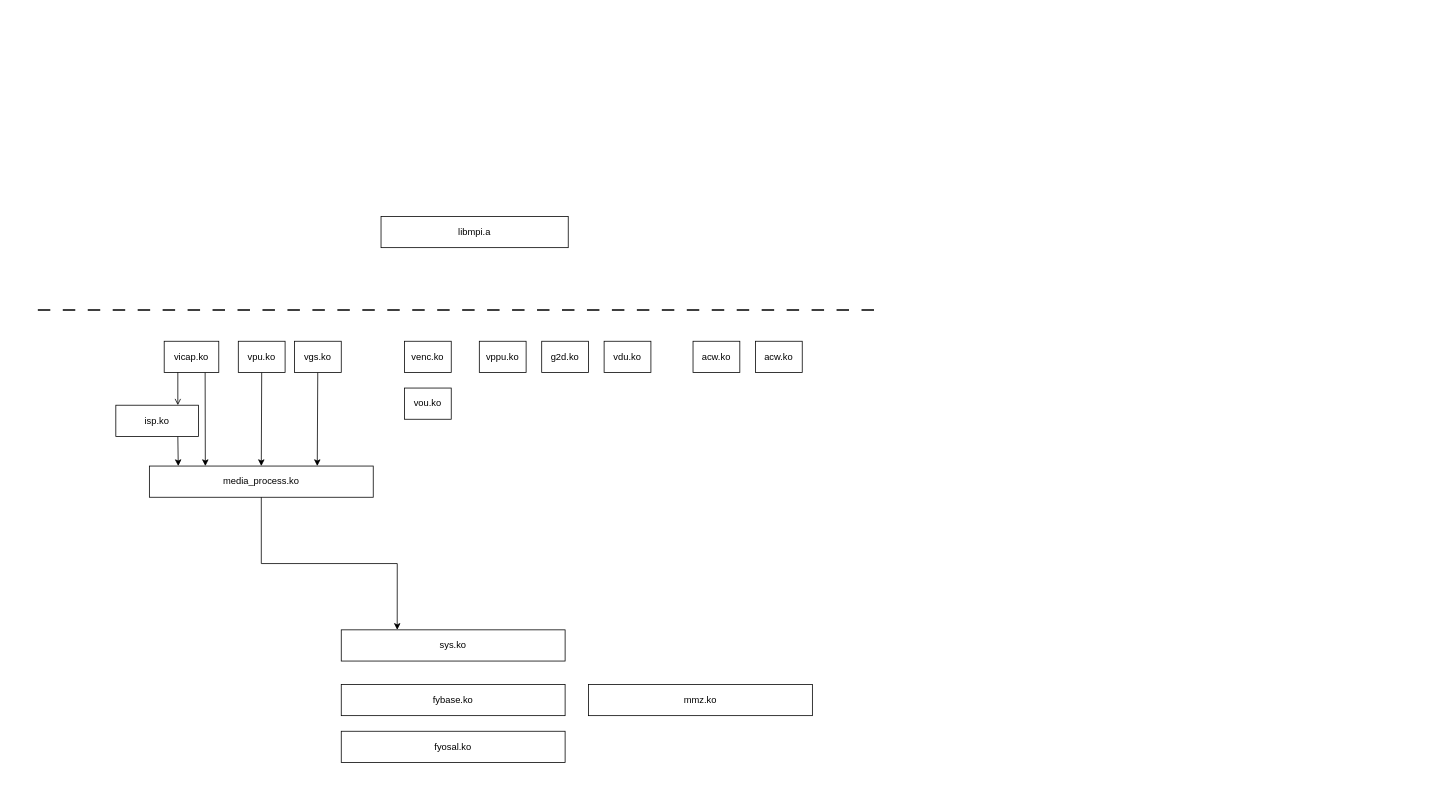
Above: xc01 依赖关系.drawio in joliet0l/Diagram (draw.io), before the change. Source tidied: cells renumbered, new cells numbered last; positions are measured from the earlier drawing's top-left corner, leaving out a move shared by most shapes. Both pictures are drawn from the tidied source at 78%, with x=0, y=0 at pixel (37, 216).
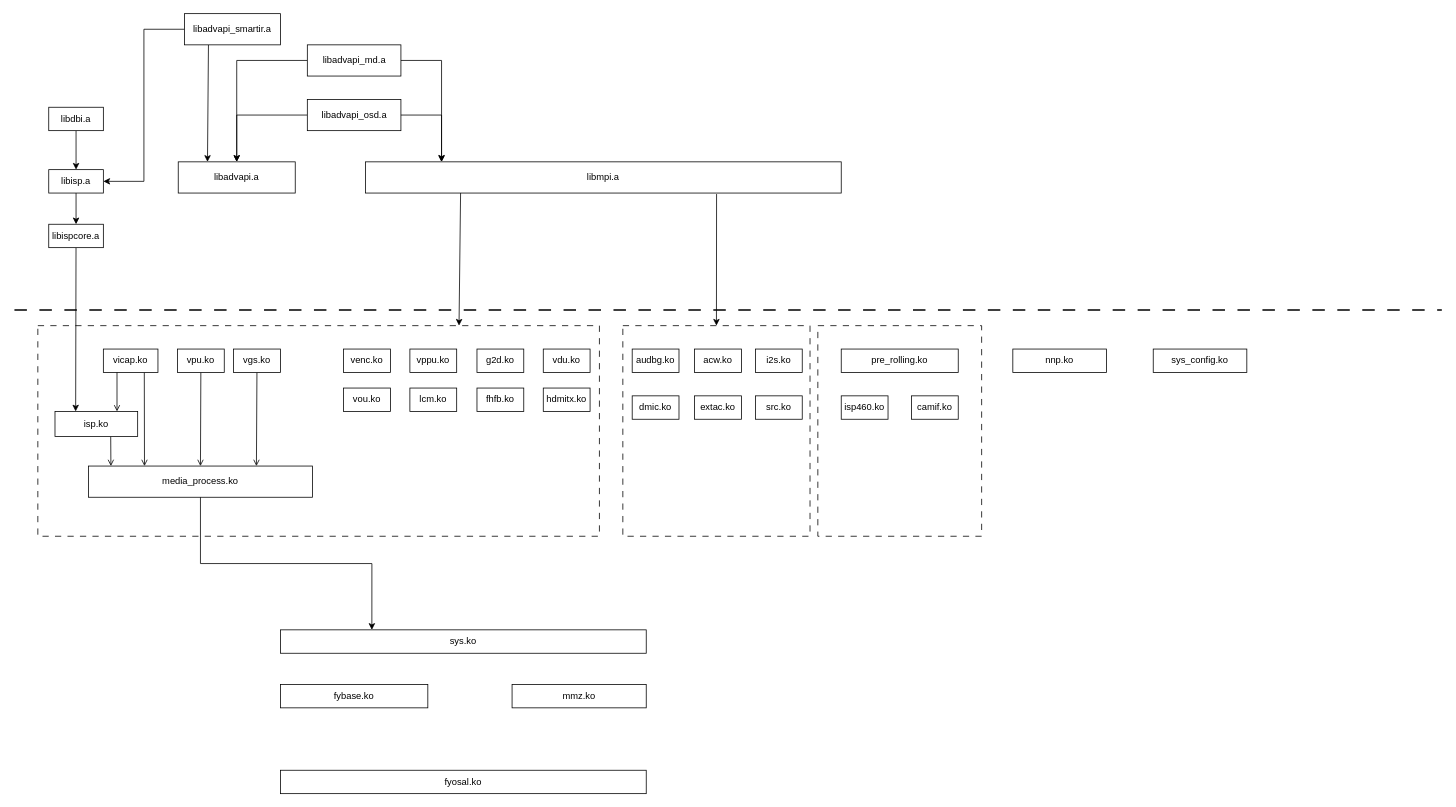
The same diagram, later.

Commit message:
更新xc01 依赖关系.drawio

Diff of the diagram source:
```diff
@@
+    <mxCell id="26" style="rounded=0;whiteSpace=wrap;html=1;dashed=1;dashPattern=8 8;" parent="1" vertex="1">
+      <mxGeometry x="1000" y="140" width="210" height="270" as="geometry" />
+    </mxCell>
+    <mxCell id="27" style="rounded=0;whiteSpace=wrap;html=1;dashed=1;dashPattern=8 8;" parent="1" vertex="1">
+      <mxGeometry x="750" y="140" width="240" height="270" as="geometry" />
+    </mxCell>
+    <mxCell id="28" style="rounded=0;whiteSpace=wrap;html=1;dashed=1;dashPattern=8 8;" parent="1" vertex="1">
+      <mxGeometry y="140" width="720" height="270" as="geometry" />
+    </mxCell>
+    <mxCell id="29" style="edgeStyle=none;rounded=0;jettySize=auto;html=1;entryX=0.5;entryY=0;entryDx=0;entryDy=0;exitX=0.738;exitY=1.032;exitDx=0;exitDy=0;exitPerimeter=0;" parent="1" edge="1" source="2" target="27">
+      <mxGeometry relative="1" as="geometry" />
+    </mxCell>
-    <mxCell id="2" value="libmpi.a" style="rounded=0;whiteSpace=wrap;html=1;" parent="1" vertex="1">
-      <mxGeometry x="440" width="240" height="40" as="geometry" />
+    <mxCell id="2" value="libmpi.a" style="rounded=0;whiteSpace=wrap;html=1;points=[[0,0,0,0,0],[0,0.25,0,0,0],[0,0.5,0,0,0],[0,0.75,0,0,0],[0,1,0,0,0],[0.16,0,0,0,0],[0.2,1,0,0,0],[0.25,0,0,0,0],[0.25,1,0,0,0],[0.36,0,0,0,0],[0.4,1,0,0,0],[0.5,0,0,0,0],[0.5,1,0,0,0],[0.56,0,0,0,0],[0.6,1,0,0,0],[0.75,0,0,0,0],[0.75,1,0,0,0],[0.76,0,0,0,0],[0.8,1,0,0,0],[1,0,0,0,0],[1,0.25,0,0,0],[1,0.5,0,0,0],[1,0.75,0,0,0],[1,1,0,0,0]];" parent="1" vertex="1">
+      <mxGeometry x="420" y="-70" width="610" height="40" as="geometry" />
     </mxCell>
     <mxCell id="3" style="endArrow=none;dashed=1;html=1;dashPattern=8 8;strokeWidth=2;rounded=0;" parent="1" edge="1">
       <mxGeometry relative="1" as="geometry">
-        <mxPoint y="120" as="sourcePoint" />
-        <mxPoint x="1080" y="120" as="targetPoint" />
+        <mxPoint x="-30" y="120" as="sourcePoint" />
+        <mxPoint x="1800" y="120" as="targetPoint" />
       </mxGeometry>
     </mxCell>
-    <mxCell id="4" style="edgeStyle=none;rounded=0;jettySize=auto;html=1;entryX=0.129;entryY=0;entryDx=0;entryDy=0;entryPerimeter=0;exitX=0.75;exitY=1;exitDx=0;exitDy=0;" parent="1" edge="1" source="5" target="12">
+    <mxCell id="4" style="edgeStyle=none;rounded=0;jettySize=auto;html=1;entryX=0.1;entryY=0;entryDx=0;entryDy=0;entryPerimeter=0;exitX=0.674;exitY=1.01;exitDx=0;exitDy=0;exitPerimeter=0;endArrow=open;endFill=0;" parent="1" edge="1" source="5" target="12">
       <mxGeometry relative="1" as="geometry" />
     </mxCell>
     <mxCell id="5" value="isp.ko" style="rounded=0;whiteSpace=wrap;html=1;" parent="1" vertex="1">
-      <mxGeometry x="100" y="242" width="106" height="40" as="geometry" />
+      <mxGeometry x="22" y="250" width="106" height="32" as="geometry" />
     </mxCell>
-    <mxCell id="6" style="edgeStyle=none;rounded=0;jettySize=auto;html=1;entryX=0.25;entryY=0;entryDx=0;entryDy=0;exitX=0.75;exitY=1;exitDx=0;exitDy=0;" parent="1" edge="1" source="7" target="12">
+    <mxCell id="6" style="edgeStyle=none;rounded=0;jettySize=auto;html=1;entryX=0.25;entryY=0;entryDx=0;entryDy=0;exitX=0.75;exitY=1;exitDx=0;exitDy=0;endArrow=open;endFill=0;" parent="1" edge="1" source="7" target="12">
       <mxGeometry relative="1" as="geometry" />
     </mxCell>
     <mxCell id="7" value="vicap.ko" style="rounded=0;whiteSpace=wrap;html=1;" parent="1" vertex="1">
-      <mxGeometry x="162" y="160" width="70" height="40" as="geometry" />
+      <mxGeometry x="84" y="170" width="70" height="30" as="geometry" />
     </mxCell>
-    <mxCell id="8" style="edgeStyle=none;rounded=0;jettySize=auto;html=1;entryX=0.5;entryY=0;entryDx=0;entryDy=0;exitX=0.5;exitY=1;exitDx=0;exitDy=0;" parent="1" edge="1" source="9" target="12">
+    <mxCell id="8" style="edgeStyle=none;rounded=0;jettySize=auto;html=1;entryX=0.5;entryY=0;entryDx=0;entryDy=0;exitX=0.5;exitY=1;exitDx=0;exitDy=0;endArrow=open;endFill=0;" parent="1" edge="1" source="9" target="12">
       <mxGeometry relative="1" as="geometry" />
     </mxCell>
     <mxCell id="9" value="vpu.ko" style="rounded=0;whiteSpace=wrap;html=1;" parent="1" vertex="1">
-      <mxGeometry x="257" y="160" width="60" height="40" as="geometry" />
+      <mxGeometry x="179" y="170" width="60" height="30" as="geometry" />
     </mxCell>
-    <mxCell id="10" style="edgeStyle=none;rounded=0;jettySize=auto;html=1;entryX=0.75;entryY=0;entryDx=0;entryDy=0;" parent="1" edge="1" source="11" target="12">
+    <mxCell id="10" style="edgeStyle=none;rounded=0;jettySize=auto;html=1;entryX=0.75;entryY=0;entryDx=0;entryDy=0;endArrow=open;endFill=0;" parent="1" edge="1" source="11" target="12">
       <mxGeometry relative="1" as="geometry" />
     </mxCell>
     <mxCell id="11" value="vgs.ko" style="rounded=0;whiteSpace=wrap;html=1;" parent="1" vertex="1">
-      <mxGeometry x="329" y="160" width="60" height="40" as="geometry" />
+      <mxGeometry x="251" y="170" width="60" height="30" as="geometry" />
     </mxCell>
-    <mxCell id="12" value="media_process.ko" style="rounded=0;whiteSpace=wrap;html=1;points=[[0,0,0,0,0],[0,0.25,0,0,0],[0,0.5,0,0,0],[0,0.75,0,0,0],[0,1,0,0,0],[0.25,0,0,0,0],[0.25,1,0,0,0],[0.5,0,0,0,0],[0.5,1,0,0,0],[0.75,0,0,0,0],[0.75,1,0,0,0],[1,0,0,0,0],[1,0.25,0,0,0],[1,0.5,0,0,0],[1,0.75,0,0,0],[1,1,0,0,0]];" parent="1" vertex="1">
-      <mxGeometry x="143" y="320" width="287" height="40" as="geometry" />
+    <mxCell id="12" value="media_process.ko" style="rounded=0;whiteSpace=wrap;html=1;points=[[0,0,0,0,0],[0,0.25,0,0,0],[0,0.5,0,0,0],[0,0.75,0,0,0],[0,1,0,0,0],[0.1,0,0,0,0],[0.25,0,0,0,0],[0.25,1,0,0,0],[0.41,0,0,0,0],[0.5,0,0,0,0],[0.5,1,0,0,0],[0.63,0,0,0,0],[0.75,0,0,0,0],[0.75,1,0,0,0],[0.89,0,0,0,0],[1,0,0,0,0],[1,0.25,0,0,0],[1,0.5,0,0,0],[1,0.75,0,0,0],[1,1,0,0,0]];" parent="1" vertex="1">
+      <mxGeometry x="65" y="320" width="287" height="40" as="geometry" />
     </mxCell>
@@
-    <mxCell id="14" value="sys.ko" style="rounded=0;whiteSpace=wrap;html=1;points=[[0,0,0,0,0],[0,0.25,0,0,0],[0,0.5,0,0,0],[0,0.75,0,0,0],[0,1,0,0,0],[0.25,0,0,0,0],[0.25,1,0,0,0],[0.5,0,0,0,0],[0.5,1,0,0,0],[0.75,0,0,0,0],[0.75,1,0,0,0],[1,0,0,0,0],[1,0.25,0,0,0],[1,0.5,0,0,0],[1,0.75,0,0,0],[1,1,0,0,0]];" parent="1" vertex="1">
-      <mxGeometry x="389" y="530" width="287" height="40" as="geometry" />
+    <mxCell id="14" value="sys.ko" style="rounded=0;whiteSpace=wrap;html=1;" parent="1" vertex="1">
+      <mxGeometry x="311" y="530" width="469" height="30" as="geometry" />
     </mxCell>
     <mxCell id="15" value="fybase.ko" style="rounded=0;whiteSpace=wrap;html=1;" parent="1" vertex="1">
-      <mxGeometry x="389" y="600" width="287" height="40" as="geometry" />
+      <mxGeometry x="311" y="600" width="189" height="30" as="geometry" />
     </mxCell>
     <mxCell id="16" value="fyosal.ko" style="rounded=0;whiteSpace=wrap;html=1;" parent="1" vertex="1">
-      <mxGeometry x="389" y="660" width="287" height="40" as="geometry" />
+      <mxGeometry x="311" y="710" width="469" height="30" as="geometry" />
     </mxCell>
     <mxCell id="17" value="mmz.ko" style="rounded=0;whiteSpace=wrap;html=1;" parent="1" vertex="1">
-      <mxGeometry x="706" y="600" width="287" height="40" as="geometry" />
+      <mxGeometry x="608" y="600" width="172" height="30" as="geometry" />
     </mxCell>
@@
     <mxCell id="19" value="venc.ko" style="rounded=0;whiteSpace=wrap;html=1;" parent="1" vertex="1">
-      <mxGeometry x="470" y="160" width="60" height="40" as="geometry" />
+      <mxGeometry x="392" y="170" width="60" height="30" as="geometry" />
     </mxCell>
     <mxCell id="20" value="vppu.ko" style="rounded=0;whiteSpace=wrap;html=1;" parent="1" vertex="1">
-      <mxGeometry x="566" y="160" width="60" height="40" as="geometry" />
+      <mxGeometry x="477" y="170" width="60" height="30" as="geometry" />
     </mxCell>
     <mxCell id="21" value="g2d.ko" style="rounded=0;whiteSpace=wrap;html=1;" parent="1" vertex="1">
-      <mxGeometry x="646" y="160" width="60" height="40" as="geometry" />
+      <mxGeometry x="563" y="170" width="60" height="30" as="geometry" />
     </mxCell>
     <mxCell id="22" value="vdu.ko" style="rounded=0;whiteSpace=wrap;html=1;" parent="1" vertex="1">
-      <mxGeometry x="726" y="160" width="60" height="40" as="geometry" />
+      <mxGeometry x="648" y="170" width="60" height="30" as="geometry" />
     </mxCell>
     <mxCell id="23" value="vou.ko" style="rounded=0;whiteSpace=wrap;html=1;" parent="1" vertex="1">
-      <mxGeometry x="470" y="220" width="60" height="40" as="geometry" />
+      <mxGeometry x="392" y="220" width="60" height="30" as="geometry" />
     </mxCell>
-    <mxCell id="24" value="acw.ko" style="rounded=0;whiteSpace=wrap;html=1;" parent="1" vertex="1">
-      <mxGeometry x="840" y="160" width="60" height="40" as="geometry" />
+    <mxCell id="24" value="audbg.ko" style="rounded=0;whiteSpace=wrap;html=1;" parent="1" vertex="1">
+      <mxGeometry x="762" y="170" width="60" height="30" as="geometry" />
     </mxCell>
     <mxCell id="25" value="acw.ko" style="rounded=0;whiteSpace=wrap;html=1;" parent="1" vertex="1">
-      <mxGeometry x="920" y="160" width="60" height="40" as="geometry" />
+      <mxGeometry x="842" y="170" width="60" height="30" as="geometry" />
     </mxCell>
+    <mxCell id="30" value="dmic.ko" style="rounded=0;whiteSpace=wrap;html=1;" parent="1" vertex="1">
+      <mxGeometry x="762" y="230" width="60" height="30" as="geometry" />
+    </mxCell>
+    <mxCell id="31" value="extac.ko" style="rounded=0;whiteSpace=wrap;html=1;" parent="1" vertex="1">
+      <mxGeometry x="842" y="230" width="60" height="30" as="geometry" />
+    </mxCell>
+    <mxCell id="32" value="i2s.ko" style="rounded=0;whiteSpace=wrap;html=1;" parent="1" vertex="1">
+      <mxGeometry x="920" y="170" width="60" height="30" as="geometry" />
+    </mxCell>
+    <mxCell id="33" value="src.ko" style="rounded=0;whiteSpace=wrap;html=1;" parent="1" vertex="1">
+      <mxGeometry x="920" y="230" width="60" height="30" as="geometry" />
+    </mxCell>
+    <mxCell id="34" value="lcm.ko" style="rounded=0;whiteSpace=wrap;html=1;" parent="1" vertex="1">
+      <mxGeometry x="477" y="220" width="60" height="30" as="geometry" />
+    </mxCell>
+    <mxCell id="35" value="pre_rolling.ko" style="rounded=0;whiteSpace=wrap;html=1;" parent="1" vertex="1">
+      <mxGeometry x="1030" y="170" width="150" height="30" as="geometry" />
+    </mxCell>
+    <mxCell id="36" value="isp460.ko" style="rounded=0;whiteSpace=wrap;html=1;" parent="1" vertex="1">
+      <mxGeometry x="1030" y="230" width="60" height="30" as="geometry" />
+    </mxCell>
+    <mxCell id="37" value="camif.ko" style="rounded=0;whiteSpace=wrap;html=1;" parent="1" vertex="1">
+      <mxGeometry x="1120" y="230" width="60" height="30" as="geometry" />
+    </mxCell>
+    <mxCell id="38" value="nnp.ko" style="rounded=0;whiteSpace=wrap;html=1;" parent="1" vertex="1">
+      <mxGeometry x="1250" y="170" width="120" height="30" as="geometry" />
+    </mxCell>
+    <mxCell id="39" value="fhfb.ko" style="rounded=0;whiteSpace=wrap;html=1;" parent="1" vertex="1">
+      <mxGeometry x="563" y="220" width="60" height="30" as="geometry" />
+    </mxCell>
+    <mxCell id="40" value="sys_config.ko" style="rounded=0;whiteSpace=wrap;html=1;" parent="1" vertex="1">
+      <mxGeometry x="1430" y="170" width="120" height="30" as="geometry" />
+    </mxCell>
+    <mxCell id="41" style="edgeStyle=none;rounded=0;jettySize=auto;html=1;entryX=0.25;entryY=0;entryDx=0;entryDy=0;" parent="1" edge="1" source="42" target="5">
+      <mxGeometry relative="1" as="geometry" />
+    </mxCell>
+    <mxCell id="42" value="libispcore.a" style="rounded=0;whiteSpace=wrap;html=1;" parent="1" vertex="1">
+      <mxGeometry x="14" y="10" width="70" height="30" as="geometry" />
+    </mxCell>
+    <mxCell id="43" style="edgeStyle=none;rounded=0;jettySize=auto;html=1;entryX=0.5;entryY=0;entryDx=0;entryDy=0;" parent="1" edge="1" source="44" target="42">
+      <mxGeometry relative="1" as="geometry" />
+    </mxCell>
+    <mxCell id="44" value="libisp.a" style="rounded=0;whiteSpace=wrap;html=1;" parent="1" vertex="1">
+      <mxGeometry x="14" y="-60" width="70" height="30" as="geometry" />
+    </mxCell>
+    <mxCell id="45" style="edgeStyle=none;rounded=0;jettySize=auto;html=1;" parent="1" edge="1" source="46" target="44">
+      <mxGeometry relative="1" as="geometry" />
+    </mxCell>
+    <mxCell id="46" value="libdbi.a" style="rounded=0;whiteSpace=wrap;html=1;" parent="1" vertex="1">
+      <mxGeometry x="14" y="-140" width="70" height="30" as="geometry" />
+    </mxCell>
+    <mxCell id="47" style="edgeStyle=none;rounded=0;jettySize=auto;html=1;entryX=0.75;entryY=0;entryDx=0;entryDy=0;exitX=0.2;exitY=1;exitDx=0;exitDy=0;exitPerimeter=0;" parent="1" edge="1" source="2" target="28">
+      <mxGeometry relative="1" as="geometry" />
+    </mxCell>
+    <mxCell id="48" value="hdmitx.ko" style="rounded=0;whiteSpace=wrap;html=1;" parent="1" vertex="1">
+      <mxGeometry x="648" y="220" width="60" height="30" as="geometry" />
+    </mxCell>
+    <mxCell id="49" value="libadvapi.a" style="rounded=0;whiteSpace=wrap;html=1;" parent="1" vertex="1">
+      <mxGeometry x="180" y="-70" width="150" height="40" as="geometry" />
+    </mxCell>
+    <mxCell id="50" style="edgeStyle=orthogonalEdgeStyle;rounded=0;jettySize=auto;html=1;entryX=0.5;entryY=0;entryDx=0;entryDy=0;" parent="1" edge="1" source="51" target="49">
+      <mxGeometry relative="1" as="geometry" />
+    </mxCell>
+    <mxCell id="51" value="libadvapi_md.a" style="rounded=0;whiteSpace=wrap;html=1;" parent="1" vertex="1">
+      <mxGeometry x="345.5" y="-220" width="120" height="40" as="geometry" />
+    </mxCell>
+    <mxCell id="52" style="edgeStyle=orthogonalEdgeStyle;rounded=0;jettySize=auto;html=1;entryX=0.5;entryY=0;entryDx=0;entryDy=0;" parent="1" edge="1" source="53" target="49">
+      <mxGeometry relative="1" as="geometry" />
+    </mxCell>
+    <mxCell id="53" value="libadvapi_osd.a" style="rounded=0;whiteSpace=wrap;html=1;" parent="1" vertex="1">
+      <mxGeometry x="345.5" y="-150" width="120" height="40" as="geometry" />
+    </mxCell>
+    <mxCell id="54" style="edgeStyle=none;rounded=0;jettySize=auto;html=1;exitX=0.25;exitY=1;exitDx=0;exitDy=0;entryX=0.25;entryY=0;entryDx=0;entryDy=0;" parent="1" edge="1" source="56" target="49">
+      <mxGeometry relative="1" as="geometry" />
+    </mxCell>
+    <mxCell id="55" style="edgeStyle=orthogonalEdgeStyle;rounded=0;jettySize=auto;html=1;entryX=1;entryY=0.5;entryDx=0;entryDy=0;" parent="1" edge="1" source="56" target="44">
+      <mxGeometry relative="1" as="geometry" />
+    </mxCell>
+    <mxCell id="56" value="libadvapi_smartir.a" style="rounded=0;whiteSpace=wrap;html=1;" parent="1" vertex="1">
+      <mxGeometry x="188" y="-260" width="123" height="40" as="geometry" />
+    </mxCell>
+    <mxCell id="57" style="edgeStyle=orthogonalEdgeStyle;rounded=0;jettySize=auto;html=1;entryX=0.16;entryY=0;entryDx=0;entryDy=0;entryPerimeter=0;exitX=1;exitY=0.5;exitDx=0;exitDy=0;" parent="1" edge="1" source="51" target="2">
+      <mxGeometry relative="1" as="geometry" />
+    </mxCell>
+    <mxCell id="58" style="edgeStyle=orthogonalEdgeStyle;rounded=0;jettySize=auto;html=1;entryX=0.16;entryY=0;entryDx=0;entryDy=0;entryPerimeter=0;exitX=1;exitY=0.5;exitDx=0;exitDy=0;" parent="1" edge="1" source="53" target="2">
+      <mxGeometry relative="1" as="geometry" />
+    </mxCell>
```
